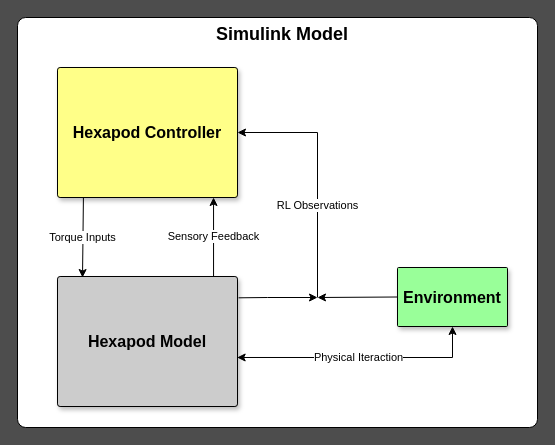
Above: documents/images/diagrams/HexapodModel_Overview.drawio in bastianklein612/Bachelor-Thesis (draw.io), before the change. Source tidied: cells renumbered, new cells numbered last; positions are measured from the earlier drawing's top-left corner, leaving out a move shared by most shapes. Both pictures are drawn from the tidied source at 100%, with x=0, y=0 at pixel (17, 17).
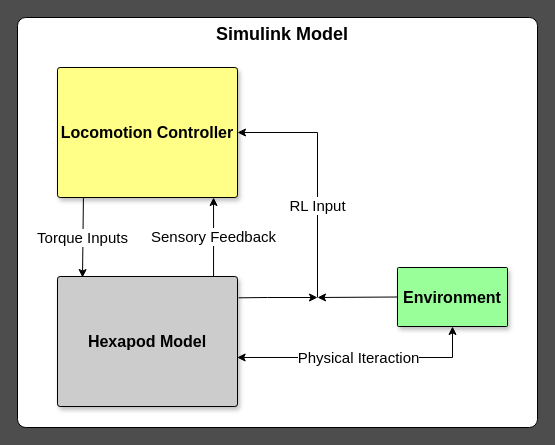
The same page after the edit.

Commit message (it also covers changes not shown here):
Changed font size in figure; othersmall changes

Change to the diagram source:
```diff
@@
 <mxGraphModel background="#4D4D4D">
   <root>
     <mxCell id="0" />
     <mxCell id="1" parent="0" />
     <mxCell id="2" value="&lt;font style=&quot;font-size: 18px;&quot;&gt;&amp;nbsp; Simulink Model&lt;/font&gt;" style="rounded=1;whiteSpace=wrap;html=1;align=center;verticalAlign=top;arcSize=2;fontStyle=1;labelBackgroundColor=none;fontColor=#000000;strokeColor=#000000;" parent="1" vertex="1">
       <mxGeometry width="520" height="410" as="geometry" />
     </mxCell>
     <mxCell id="3" value="Environment&lt;br style=&quot;font-size: 16px;&quot;&gt;" style="rounded=1;whiteSpace=wrap;html=1;align=center;verticalAlign=middle;arcSize=2;fontStyle=1;glass=0;shadow=1;fontSize=16;fontColor=#000000;strokeColor=#000000;fillColor=#99FF99;" parent="1" vertex="1">
       <mxGeometry x="380" y="250" width="110" height="59" as="geometry" />
     </mxCell>
-    <mxCell id="4" value="Hexapod Controller" style="rounded=1;whiteSpace=wrap;html=1;align=center;verticalAlign=middle;arcSize=2;fontStyle=1;shadow=1;fontSize=16;fillColor=#FFFF88;fontColor=#000000;strokeColor=#000000;" parent="1" vertex="1">
+    <mxCell id="4" value="Locomotion Controller" style="rounded=1;whiteSpace=wrap;html=1;align=center;verticalAlign=middle;arcSize=2;fontStyle=1;shadow=1;fontSize=16;fillColor=#FFFF88;fontColor=#000000;strokeColor=#000000;" parent="1" vertex="1">
       <mxGeometry x="40" y="50" width="180" height="130" as="geometry" />
     </mxCell>
-    <mxCell id="5" value="Physical Iteraction" style="endArrow=classic;startArrow=classic;html=1;rounded=0;exitX=0.998;exitY=0.623;exitDx=0;exitDy=0;entryX=0.5;entryY=1;entryDx=0;entryDy=0;verticalAlign=middle;align=center;exitPerimeter=0;fontColor=#000000;" parent="1" edge="1" source="8" target="3">
+    <mxCell id="5" value="Physical Iteraction" style="endArrow=classic;startArrow=classic;html=1;rounded=0;exitX=0.998;exitY=0.623;exitDx=0;exitDy=0;entryX=0.5;entryY=1;entryDx=0;entryDy=0;verticalAlign=middle;align=center;exitPerimeter=0;fontColor=#000000;fontSize=15;" parent="1" edge="1" source="8" target="3">
       <mxGeometry x="-0.02" relative="1" as="geometry">
         <Array as="points">
           <mxPoint x="305" y="340" />
           <mxPoint x="435" y="340" />
         </Array>
       </mxGeometry>
     </mxCell>
-    <mxCell id="6" value="Torque Inputs" style="endArrow=classic;html=1;rounded=0;entryX=0.139;entryY=0.008;entryDx=0;entryDy=0;exitX=0.144;exitY=1.002;exitDx=0;exitDy=0;align=center;entryPerimeter=0;exitPerimeter=0;fontColor=#000000;" parent="1" edge="1" source="4" target="8">
+    <mxCell id="6" value="Torque Inputs" style="endArrow=classic;html=1;rounded=0;entryX=0.139;entryY=0.008;entryDx=0;entryDy=0;exitX=0.144;exitY=1.002;exitDx=0;exitDy=0;align=center;entryPerimeter=0;exitPerimeter=0;fontColor=#000000;fontSize=15;" parent="1" edge="1" source="4" target="8">
       <mxGeometry relative="1" as="geometry" />
     </mxCell>
-    <mxCell id="7" value="Sensory Feedback&lt;br&gt;" style="endArrow=classic;html=1;rounded=0;entryX=0.867;entryY=1;entryDx=0;entryDy=0;exitX=0.867;exitY=0.003;exitDx=0;exitDy=0;align=center;entryPerimeter=0;exitPerimeter=0;fontColor=#000000;" parent="1" edge="1" source="8" target="4">
+    <mxCell id="7" value="Sensory Feedback&lt;br style=&quot;font-size: 15px;&quot;&gt;" style="endArrow=classic;html=1;rounded=0;entryX=0.867;entryY=1;entryDx=0;entryDy=0;exitX=0.867;exitY=0.003;exitDx=0;exitDy=0;align=center;entryPerimeter=0;exitPerimeter=0;fontColor=#000000;fontSize=15;" parent="1" edge="1" source="8" target="4">
       <mxGeometry relative="1" as="geometry" />
     </mxCell>
     <mxCell id="8" value="Hexapod Model" style="rounded=1;whiteSpace=wrap;html=1;align=center;verticalAlign=middle;arcSize=2;fontStyle=1;shadow=1;fontSize=16;fillColor=#CCCCCC;fontColor=#000000;strokeColor=#000000;" parent="1" vertex="1">
       <mxGeometry x="40" y="259" width="180" height="130" as="geometry" />
     </mxCell>
-    <mxCell id="9" value="RL Observations" style="endArrow=classic;html=1;rounded=0;entryX=1;entryY=0.5;entryDx=0;entryDy=0;fontColor=#000000;" parent="1" edge="1" target="4">
+    <mxCell id="9" value="RL Input" style="endArrow=classic;html=1;rounded=0;entryX=1;entryY=0.5;entryDx=0;entryDy=0;fontColor=#000000;fontSize=15;" parent="1" edge="1" target="4">
       <mxGeometry x="-0.25" relative="1" as="geometry">
         <mxPoint x="300" y="280" as="sourcePoint" />
         <Array as="points">
           <mxPoint x="300" y="115" />
         </Array>
       </mxGeometry>
     </mxCell>
     <mxCell id="10" style="endArrow=classic;html=1;rounded=0;exitX=1.006;exitY=0.164;exitDx=0;exitDy=0;exitPerimeter=0;fontColor=#000000;" parent="1" edge="1" source="8">
       <mxGeometry relative="1" as="geometry">
         <mxPoint x="300" y="280" as="targetPoint" />
         <Array as="points">
           <mxPoint x="250" y="280" />
         </Array>
       </mxGeometry>
     </mxCell>
     <mxCell id="11" style="endArrow=classic;html=1;rounded=0;exitX=0;exitY=0.5;exitDx=0;exitDy=0;fontColor=#000000;" parent="1" edge="1" source="3">
       <mxGeometry relative="1" as="geometry">
         <mxPoint x="300" y="280" as="targetPoint" />
       </mxGeometry>
     </mxCell>
   </root>
 </mxGraphModel>
```
